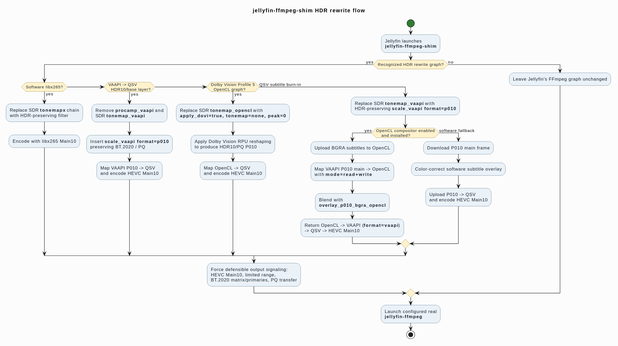
bjlaur/jellyfin-ffmpeg-shim keeps this PlantUML diagram as docs/ffmpeg-flow.svg. Above is the earlier version. Its diagram source:
```plantuml
@startuml
title jellyfin-ffmpeg-shim HDR rewrite flow

!if %variable_exists("HIGH_DPI")
skinparam dpi 384
!endif

skinparam backgroundColor #FCFCFC
skinparam shadowing false
skinparam activity {
  BackgroundColor #EAF2F8
  BorderColor #365A73
  DiamondBackgroundColor #FFF2CC
  DiamondBorderColor #8A6D1D
  StartColor #2E7D32
  EndColor #9C2F2F
  FontColor #17202A
}
skinparam note {
  BackgroundColor #F4F6F7
  BorderColor #7B7D7D
}

start
:Jellyfin launches
**jellyfin-ffmpeg-shim**;

if (Recognized HDR rewrite graph?) then (yes)
  if (Software libx265?) then (yes)
    :Replace SDR **tonemapx** chain
    with HDR-preserving filter;
    :Encode with libx265 Main10;

  elseif (VAAPI -> QSV
  HDR10/base layer?) then (yes)
    :Remove **procamp_vaapi** and
    SDR **tonemap_vaapi**;
    :Insert **scale_vaapi format=p010**
    preserving BT.2020 / PQ;
    :Map VAAPI P010 -> QSV
    and encode HEVC Main10;

  elseif (Dolby Vision Profile 5
  OpenCL graph?) then (yes)
    :Replace SDR **tonemap_opencl** with
    **apply_dovi=true, tonemap=none, peak=0**;
    :Apply Dolby Vision RPU reshaping
    to produce HDR10/PQ P010;
    :Map OpenCL -> QSV
    and encode HEVC Main10;

  else (QSV subtitle burn-in)
    :Replace SDR **tonemap_vaapi** with
    HDR-preserving **scale_vaapi format=p010**;

    if (OpenCL compositor enabled
    and installed?) then (yes)
      :Upload BGRA subtitles to OpenCL;
      :Map VAAPI P010 main -> OpenCL
      with **mode=read+write**;
      :Blend with
      **overlay_p010_bgra_opencl**;
      :Return OpenCL -> VAAPI (**format=vaapi**)
      -> QSV -> HEVC Main10;
    else (software fallback)
      :Download P010 main frame;
      :Color-correct software subtitle overlay;
      :Upload P010 -> QSV
      and encode HEVC Main10;
    endif
  endif

  :Force defensible output signaling:
  HEVC Main10, limited range,
  BT.2020 matrix/primaries, PQ transfer;
else (no)
  :Leave Jellyfin's FFmpeg graph unchanged;
endif

:Launch configured real
**jellyfin-ffmpeg**;

stop
@enduml
```
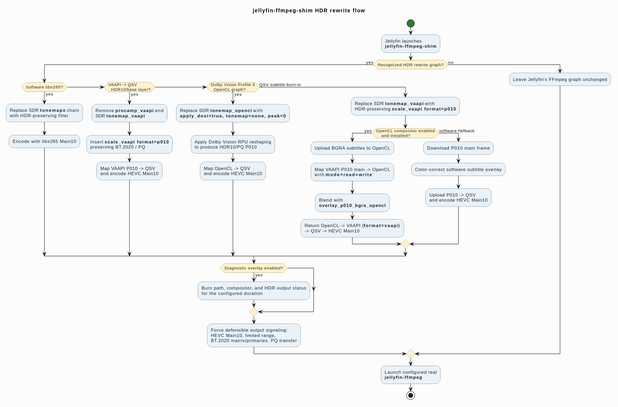
The same file after the commit.

Commit message:
Extend diagnostic overlay to all HDR rewrites

The edit, as a diff of the source:
```diff
@@ -70,6 +70,11 @@
     endif
   endif
 
+  if (Diagnostic overlay enabled?) then (yes)
+    :Burn path, compositor, and HDR output status
+    for the configured duration;
+  endif
+
   :Force defensible output signaling:
   HEVC Main10, limited range,
   BT.2020 matrix/primaries, PQ transfer;
```
